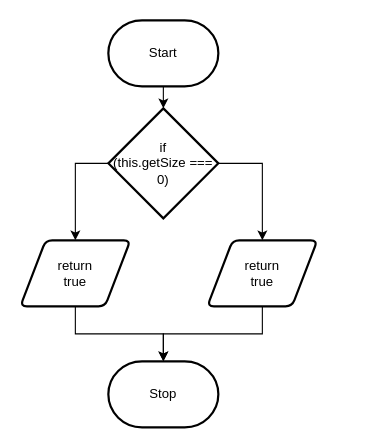
This is 4/design/flowchart.drawio from Dominic-Madeira/ICS4U-Unit-2, a draw.io file, before an edit. Source tidied: cells renumbered, new cells numbered last; positions are measured from the earlier drawing's top-left corner, leaving out a move shared by most shapes. Both pictures are drawn from the tidied source at 110%, with x=0, y=0 at pixel (20, 20).
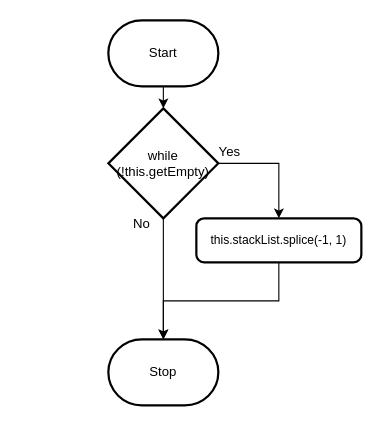
The same diagram, later.

Commit message (it also covers changes not shown here):
need to do class diagram

Diff of the diagram source:
```diff
@@
 <mxGraphModel>
   <root>
     <mxCell id="0" />
     <mxCell id="1" parent="0" />
     <mxCell id="2" style="edgeStyle=none;html=1;" parent="1" edge="1" source="3">
       <mxGeometry relative="1" as="geometry">
         <mxPoint x="130" y="80" as="targetPoint" />
       </mxGeometry>
     </mxCell>
     <mxCell id="3" value="Start" style="strokeWidth=2;html=1;shape=mxgraph.flowchart.terminator;whiteSpace=wrap;" parent="1" vertex="1">
       <mxGeometry x="80" width="100" height="60" as="geometry" />
     </mxCell>
     <mxCell id="4" value="Stop" style="strokeWidth=2;html=1;shape=mxgraph.flowchart.terminator;whiteSpace=wrap;" parent="1" vertex="1">
-      <mxGeometry x="80" y="310" width="100" height="60" as="geometry" />
+      <mxGeometry x="80" y="290" width="100" height="60" as="geometry" />
     </mxCell>
-    <mxCell id="5" style="edgeStyle=elbowEdgeStyle;html=1;entryX=0.5;entryY=0;entryDx=0;entryDy=0;exitX=0;exitY=0.5;exitDx=0;exitDy=0;exitPerimeter=0;rounded=0;elbow=vertical;" parent="1" edge="1" source="7" target="9">
-      <mxGeometry relative="1" as="geometry">
-        <Array as="points">
-          <mxPoint x="70" y="130" />
-        </Array>
-      </mxGeometry>
-    </mxCell>
-    <mxCell id="6" style="edgeStyle=elbowEdgeStyle;shape=connector;rounded=0;elbow=vertical;html=1;labelBackgroundColor=default;strokeColor=default;fontFamily=Helvetica;fontSize=11;fontColor=default;endArrow=classic;exitX=1;exitY=0.5;exitDx=0;exitDy=0;exitPerimeter=0;entryX=0.5;entryY=0;entryDx=0;entryDy=0;" parent="1" edge="1" source="7" target="11">
+    <mxCell id="6" style="edgeStyle=elbowEdgeStyle;shape=connector;rounded=0;elbow=vertical;html=1;labelBackgroundColor=default;strokeColor=default;fontFamily=Helvetica;fontSize=11;fontColor=default;endArrow=classic;exitX=1;exitY=0.5;exitDx=0;exitDy=0;exitPerimeter=0;entryX=0.5;entryY=0;entryDx=0;entryDy=0;" parent="1" edge="1" source="7" target="16">
       <mxGeometry relative="1" as="geometry">
         <Array as="points">
           <mxPoint x="200" y="130" />
         </Array>
       </mxGeometry>
     </mxCell>
+    <mxCell id="12" style="edgeStyle=elbowEdgeStyle;shape=connector;rounded=0;elbow=vertical;html=1;labelBackgroundColor=default;strokeColor=default;fontFamily=Helvetica;fontSize=11;fontColor=default;endArrow=classic;" parent="1" edge="1" source="7" target="4">
+      <mxGeometry relative="1" as="geometry" />
+    </mxCell>
-    <mxCell id="7" value="if&lt;br&gt;(this.getSize ===&lt;br&gt;0)" style="strokeWidth=2;html=1;shape=mxgraph.flowchart.decision;whiteSpace=wrap;" parent="1" vertex="1">
+    <mxCell id="7" value="while&lt;br&gt;(!this.getEmpty)" style="strokeWidth=2;html=1;shape=mxgraph.flowchart.decision;whiteSpace=wrap;" parent="1" vertex="1">
       <mxGeometry x="80" y="80" width="100" height="100" as="geometry" />
     </mxCell>
-    <mxCell id="8" style="edgeStyle=elbowEdgeStyle;shape=connector;rounded=0;elbow=vertical;html=1;labelBackgroundColor=default;strokeColor=default;fontFamily=Helvetica;fontSize=11;fontColor=default;endArrow=classic;" parent="1" edge="1" source="9" target="4">
-      <mxGeometry relative="1" as="geometry" />
-    </mxCell>
-    <mxCell id="9" value="return&lt;br&gt;true" style="shape=parallelogram;html=1;strokeWidth=2;perimeter=parallelogramPerimeter;whiteSpace=wrap;rounded=1;arcSize=12;size=0.23;" parent="1" vertex="1">
-      <mxGeometry y="200" width="100" height="60" as="geometry" />
-    </mxCell>
-    <mxCell id="10" style="edgeStyle=elbowEdgeStyle;shape=connector;rounded=0;elbow=vertical;html=1;labelBackgroundColor=default;strokeColor=default;fontFamily=Helvetica;fontSize=11;fontColor=default;endArrow=classic;" parent="1" edge="1" source="11" target="4">
-      <mxGeometry relative="1" as="geometry" />
-    </mxCell>
-    <mxCell id="11" value="return&lt;br&gt;true" style="shape=parallelogram;html=1;strokeWidth=2;perimeter=parallelogramPerimeter;whiteSpace=wrap;rounded=1;arcSize=12;size=0.23;" parent="1" vertex="1">
-      <mxGeometry x="170" y="200" width="100" height="60" as="geometry" />
-    </mxCell>
+    <mxCell id="13" value="No" style="text;html=1;align=center;verticalAlign=middle;strokeColor=none;fillColor=none;" parent="1" vertex="1">
+      <mxGeometry x="90" y="170" width="40" height="30" as="geometry" />
+    </mxCell>
+    <mxCell id="14" value="Yes" style="text;html=1;align=center;verticalAlign=middle;strokeColor=none;fillColor=none;" parent="1" vertex="1">
+      <mxGeometry x="170" y="105" width="40" height="30" as="geometry" />
+    </mxCell>
+    <mxCell id="15" style="edgeStyle=elbowEdgeStyle;shape=connector;rounded=0;elbow=vertical;html=1;labelBackgroundColor=default;strokeColor=default;fontFamily=Helvetica;fontSize=11;fontColor=default;endArrow=classic;" parent="1" edge="1" source="16" target="4">
+      <mxGeometry relative="1" as="geometry" />
+    </mxCell>
+    <mxCell id="16" value="this.stackList.splice(-1, 1)" style="rounded=1;whiteSpace=wrap;html=1;absoluteArcSize=1;arcSize=14;strokeWidth=2;fontFamily=Helvetica;fontSize=11;fontColor=default;" parent="1" vertex="1">
+      <mxGeometry x="160" y="180" width="150" height="40" as="geometry" />
+    </mxCell>
   </root>
 </mxGraphModel>
```
